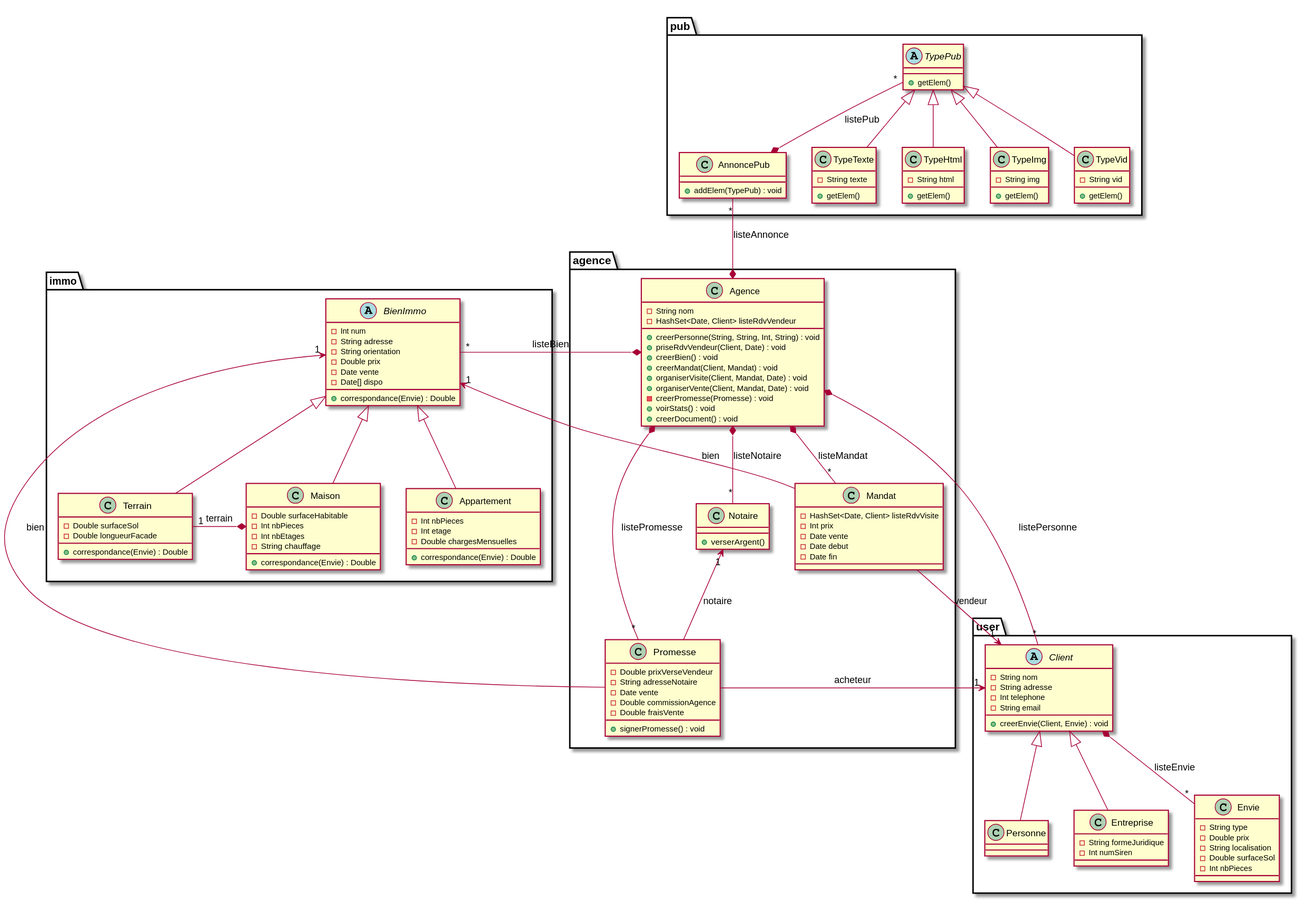
Earlier version of the PlantUML export DOC/UML/diagClass.svg (DenisGuiraudet/MIASHS_UML_PTUT).
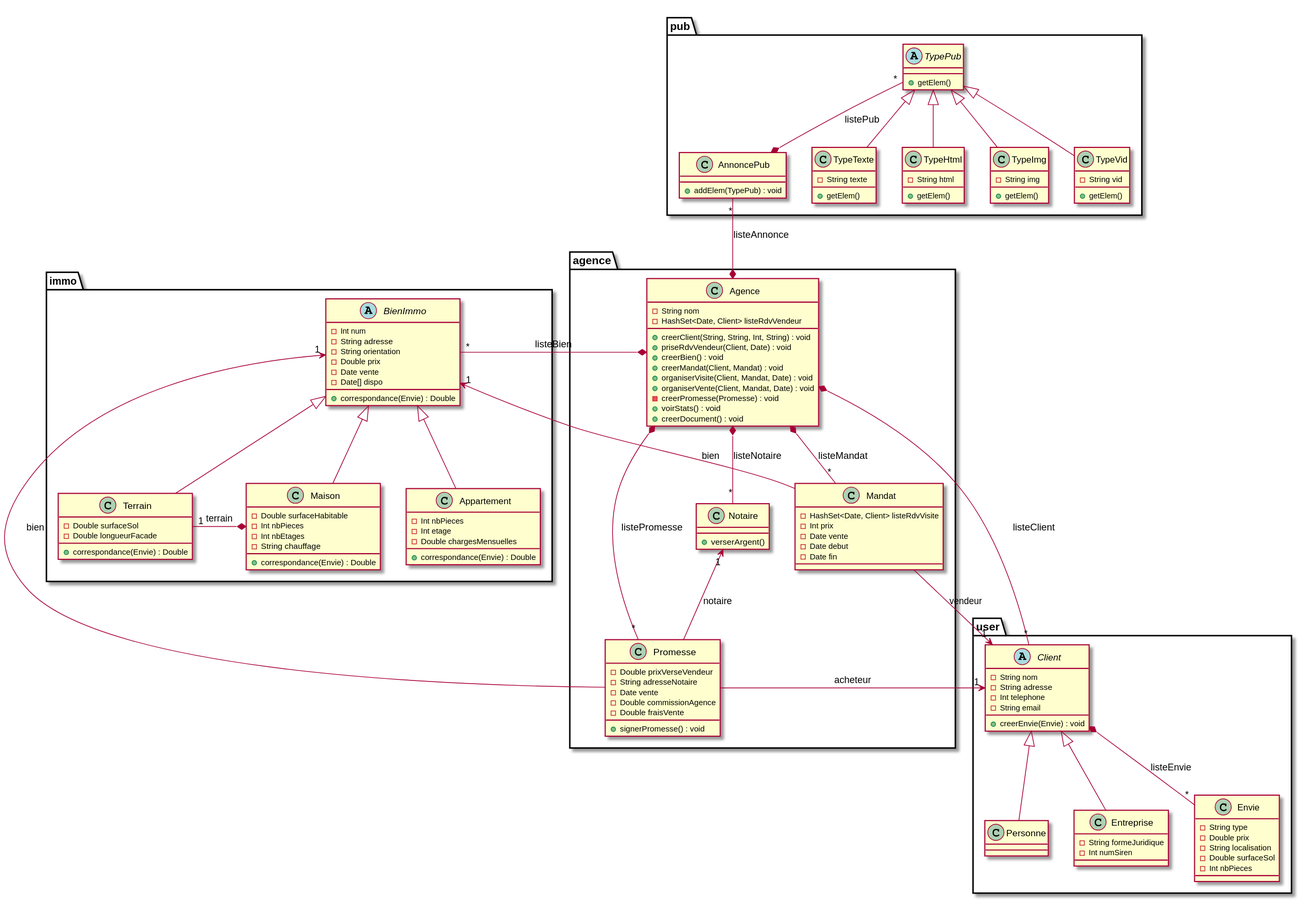
Later version of the same file.

The edit, as a diff of the source:
```diff
@@ -7,7 +7,7 @@
     -String adresse
     -Int telephone
     -String email
-    +creerEnvie(Client, Envie) : void
+    +creerEnvie(Envie) : void
   }
 
   class Personne {
@@ -38,7 +38,7 @@
   class Agence {
     -String nom
     -HashSet<Date, Client> listeRdvVendeur
-    +creerPersonne(String, String, Int, String) : void
+    +creerClient(String, String, Int, String) : void
     +priseRdvVendeur(Client, Date) : void
     +creerBien() : void
     +creerMandat(Client, Mandat) : void
@@ -49,7 +49,7 @@
     +creerDocument() : void
   }
 
-  Client "*"-left-* Agence : "listePersonne"
+  Client "*"-left-* Agence : "listeClient"
 
   class Mandat {
     -HashSet<Date, Client> listeRdvVisite
```
